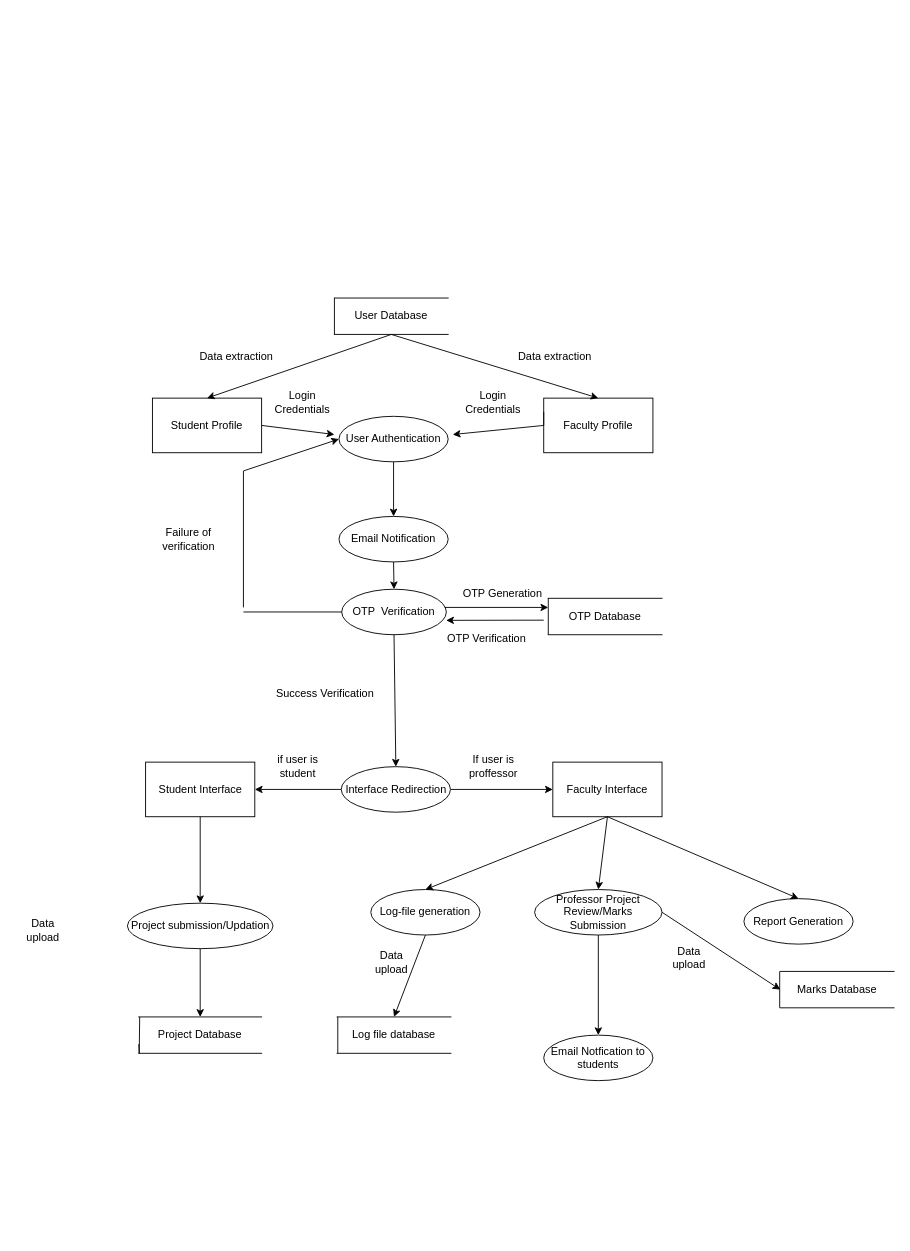
The draw.io diagram Untitled Diagram.drawio in bharathn97/News-App-React-JS-News-API, before the edit. Source tidied: cells renumbered, new cells numbered last; positions are measured from the earlier drawing's top-left corner, leaving out a move shared by most shapes. Both pictures are drawn from the tidied source at 91%, with x=0, y=0 at pixel (15, 298).
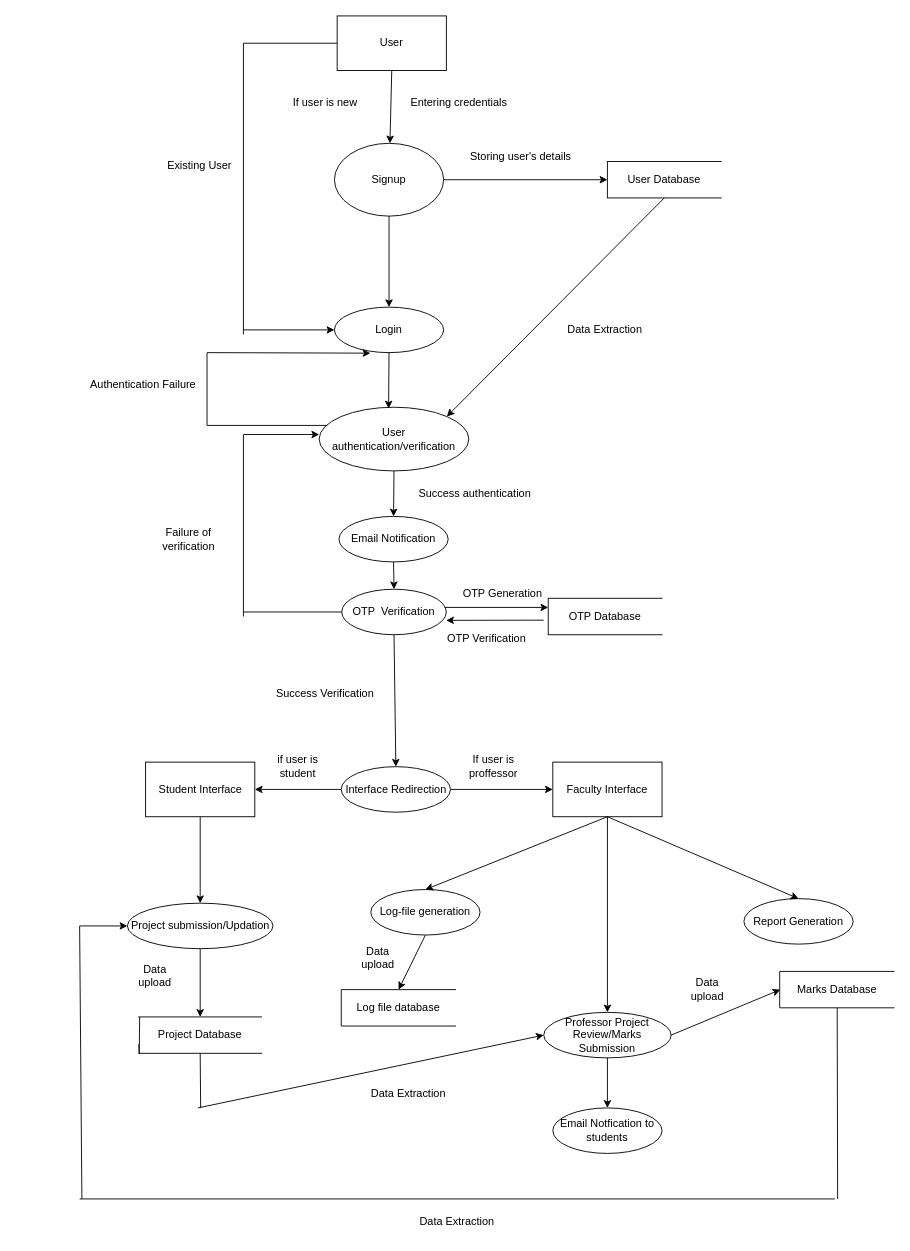
After the change.

The change refers to these unchanged cells:
```xml
<mxCell id="15" value="Project submission/Updation" style="ellipse;whiteSpace=wrap;html=1;" parent="1" vertex="1">
  <mxGeometry x="122.5" y="665" width="160" height="50" as="geometry" />
</mxCell>
<mxCell id="29" value="Project Database" style="shape=partialRectangle;whiteSpace=wrap;html=1;left=0;right=0;fillColor=none;" parent="1" vertex="1">
  <mxGeometry x="135" y="790" width="135" height="40" as="geometry" />
</mxCell>
<mxCell id="31" value="Marks Database" style="shape=partialRectangle;whiteSpace=wrap;html=1;left=0;right=0;fillColor=none;" parent="1" vertex="1">
  <mxGeometry x="840" y="740" width="125" height="40" as="geometry" />
</mxCell>
```

Diff of the diagram source:
```diff
@@
-    <mxCell id="3" value="Student Profile" style="rounded=0;whiteSpace=wrap;html=1;" parent="1" vertex="1">
-      <mxGeometry x="150" y="110" width="120" height="60" as="geometry" />
-    </mxCell>
-    <mxCell id="4" value="Faculty Profile" style="rounded=0;whiteSpace=wrap;html=1;" parent="1" vertex="1">
-      <mxGeometry x="580" y="110" width="120" height="60" as="geometry" />
-    </mxCell>
-    <mxCell id="5" style="endArrow=classic;html=1;rounded=0;exitX=1;exitY=0.5;exitDx=0;exitDy=0;" parent="1" edge="1" source="3">
-      <mxGeometry relative="1" as="geometry">
-        <mxPoint x="350" y="150" as="targetPoint" />
-      </mxGeometry>
-    </mxCell>
-    <mxCell id="6" style="endArrow=classic;html=1;rounded=0;exitX=0;exitY=0.25;exitDx=0;exitDy=0;" parent="1" edge="1" source="4">
-      <mxGeometry relative="1" as="geometry">
-        <mxPoint x="480" y="150" as="targetPoint" />
-        <Array as="points">
-          <mxPoint x="580" y="140" />
-        </Array>
-      </mxGeometry>
-    </mxCell>
-    <mxCell id="7" value="User Authentication" style="ellipse;whiteSpace=wrap;html=1;" parent="1" vertex="1">
-      <mxGeometry x="355" y="130" width="120" height="50" as="geometry" />
+    <mxCell id="7" value="User authentication/verification" style="ellipse;whiteSpace=wrap;html=1;" parent="1" vertex="1">
+      <mxGeometry x="333.2" y="120" width="164.5" height="70" as="geometry" />
     </mxCell>
@@
     <mxCell id="18" value="Professor Project Review/Marks Submission" style="ellipse;whiteSpace=wrap;html=1;" parent="1" vertex="1">
-      <mxGeometry x="570" y="650" width="140" height="50" as="geometry" />
+      <mxGeometry x="580" y="785" width="140" height="50" as="geometry" />
     </mxCell>
@@
     <mxCell id="24" value="Email Notfication to students" style="ellipse;whiteSpace=wrap;html=1;" parent="1" vertex="1">
-      <mxGeometry x="580" y="810" width="120" height="50" as="geometry" />
+      <mxGeometry x="590" y="890" width="120" height="50" as="geometry" />
     </mxCell>
@@
     <mxCell id="27" value="User Database" style="shape=partialRectangle;whiteSpace=wrap;html=1;left=0;right=0;fillColor=none;" parent="1" vertex="1">
-      <mxGeometry x="350" width="125" height="40" as="geometry" />
+      <mxGeometry x="650" y="-150" width="125" height="40" as="geometry" />
     </mxCell>
-    <mxCell id="28" style="endArrow=none;html=1;rounded=0;" parent="1" edge="1">
-      <mxGeometry relative="1" as="geometry">
-        <mxPoint x="350" y="40" as="sourcePoint" />
-        <mxPoint x="350" as="targetPoint" />
-      </mxGeometry>
-    </mxCell>
@@
-    <mxCell id="35" style="endArrow=classic;html=1;rounded=0;entryX=0.5;entryY=0;entryDx=0;entryDy=0;exitX=0.5;exitY=1;exitDx=0;exitDy=0;" parent="1" edge="1" source="27" target="3">
-      <mxGeometry relative="1" as="geometry" />
-    </mxCell>
-    <mxCell id="36" style="endArrow=classic;html=1;rounded=0;entryX=0.5;entryY=0;entryDx=0;entryDy=0;exitX=0.5;exitY=1;exitDx=0;exitDy=0;" parent="1" edge="1" source="27" target="4">
-      <mxGeometry relative="1" as="geometry" />
-    </mxCell>
@@
     <mxCell id="43" value="Log file database" style="shape=partialRectangle;whiteSpace=wrap;html=1;left=0;right=0;fillColor=none;" parent="1" vertex="1">
-      <mxGeometry x="353" y="790" width="125" height="40" as="geometry" />
+      <mxGeometry x="358" y="760" width="125" height="40" as="geometry" />
     </mxCell>
     <mxCell id="44" style="endArrow=none;html=1;rounded=0;" parent="1" edge="1">
       <mxGeometry relative="1" as="geometry">
-        <mxPoint x="353.7" y="830" as="sourcePoint" />
-        <mxPoint x="353.7" y="790" as="targetPoint" />
+        <mxPoint x="357.5" y="800" as="sourcePoint" />
+        <mxPoint x="357.5" y="760" as="targetPoint" />
       </mxGeometry>
     </mxCell>
@@
-    <mxCell id="46" value="Data extraction" style="text;html=1;align=center;verticalAlign=middle;whiteSpace=wrap;rounded=0;" parent="1" vertex="1">
-      <mxGeometry x="200" y="50" width="85" height="30" as="geometry" />
-    </mxCell>
-    <mxCell id="47" value="Data extraction" style="text;html=1;align=center;verticalAlign=middle;whiteSpace=wrap;rounded=0;" parent="1" vertex="1">
-      <mxGeometry x="550" y="50" width="85" height="30" as="geometry" />
-    </mxCell>
     <mxCell id="48" value="Data upload" style="text;html=1;align=center;verticalAlign=middle;whiteSpace=wrap;rounded=0;" parent="1" vertex="1">
-      <mxGeometry y="680" width="60" height="30" as="geometry" />
+      <mxGeometry x="122.5" y="730" width="60" height="30" as="geometry" />
     </mxCell>
     <mxCell id="49" value="Data upload" style="text;html=1;align=center;verticalAlign=middle;whiteSpace=wrap;rounded=0;" parent="1" vertex="1">
-      <mxGeometry x="382.5" y="715" width="60" height="30" as="geometry" />
+      <mxGeometry x="367.5" y="710" width="60" height="30" as="geometry" />
     </mxCell>
     <mxCell id="50" value="Data upload" style="text;html=1;align=center;verticalAlign=middle;whiteSpace=wrap;rounded=0;" parent="1" vertex="1">
-      <mxGeometry x="710" y="710" width="60" height="30" as="geometry" />
+      <mxGeometry x="730" y="745" width="60" height="30" as="geometry" />
     </mxCell>
-    <mxCell id="51" value="Login Credentials" style="text;html=1;align=center;verticalAlign=middle;whiteSpace=wrap;rounded=0;" parent="1" vertex="1">
-      <mxGeometry x="477.5" y="100" width="92.5" height="30" as="geometry" />
-    </mxCell>
-    <mxCell id="52" value="Login Credentials" style="text;html=1;align=center;verticalAlign=middle;whiteSpace=wrap;rounded=0;" parent="1" vertex="1">
-      <mxGeometry x="280" y="100" width="70" height="30" as="geometry" />
-    </mxCell>
@@
-    <mxCell id="55" style="endArrow=classic;html=1;rounded=0;entryX=0;entryY=0.5;entryDx=0;entryDy=0;" parent="1" edge="1" target="7">
-      <mxGeometry relative="1" as="geometry">
-        <mxPoint x="250" y="190" as="sourcePoint" />
-      </mxGeometry>
-    </mxCell>
@@
     <mxCell id="58" style="endArrow=none;html=1;rounded=0;" parent="1" edge="1">
       <mxGeometry relative="1" as="geometry">
-        <mxPoint x="250" y="340" as="sourcePoint" />
-        <mxPoint x="250" y="190" as="targetPoint" />
+        <mxPoint x="250" y="350" as="sourcePoint" />
+        <mxPoint x="250" y="150" as="targetPoint" />
       </mxGeometry>
     </mxCell>
@@
+    <mxCell id="60" value="Login" style="ellipse;whiteSpace=wrap;html=1;" parent="1" vertex="1">
+      <mxGeometry x="350" y="10" width="120" height="50" as="geometry" />
+    </mxCell>
+    <mxCell id="61" style="endArrow=classic;html=1;rounded=0;exitX=0.5;exitY=1;exitDx=0;exitDy=0;entryX=0.464;entryY=0.02;entryDx=0;entryDy=0;entryPerimeter=0;" parent="1" edge="1" source="60" target="7">
+      <mxGeometry relative="1" as="geometry" />
+    </mxCell>
+    <mxCell id="62" style="endArrow=none;html=1;rounded=0;exitX=0;exitY=1;exitDx=0;exitDy=0;entryX=0;entryY=0;entryDx=0;entryDy=0;" parent="1" edge="1" source="27" target="27">
+      <mxGeometry relative="1" as="geometry" />
+    </mxCell>
+    <mxCell id="63" style="endArrow=classic;html=1;rounded=0;entryX=0.085;entryY=0.283;entryDx=0;entryDy=0;entryPerimeter=0;" parent="1" edge="1">
+      <mxGeometry relative="1" as="geometry">
+        <mxPoint x="250" y="150" as="sourcePoint" />
+        <mxPoint x="333.3" y="150" as="targetPoint" />
+      </mxGeometry>
+    </mxCell>
+    <mxCell id="64" style="endArrow=none;html=1;rounded=0;exitX=1;exitY=0.5;exitDx=0;exitDy=0;" parent="1" edge="1">
+      <mxGeometry relative="1" as="geometry">
+        <mxPoint x="210" y="140" as="sourcePoint" />
+        <mxPoint x="342.2" y="140" as="targetPoint" />
+      </mxGeometry>
+    </mxCell>
+    <mxCell id="65" value="Success authentication" style="text;html=1;align=center;verticalAlign=middle;whiteSpace=wrap;rounded=0;" parent="1" vertex="1">
+      <mxGeometry x="427.5" y="200" width="152.5" height="30" as="geometry" />
+    </mxCell>
+    <mxCell id="66" value="Signup" style="ellipse;whiteSpace=wrap;html=1;" parent="1" vertex="1">
+      <mxGeometry x="350" y="-170" width="120" height="80" as="geometry" />
+    </mxCell>
+    <mxCell id="67" style="endArrow=classic;html=1;rounded=0;exitX=0.5;exitY=1;exitDx=0;exitDy=0;entryX=0.5;entryY=0;entryDx=0;entryDy=0;" parent="1" edge="1" source="66" target="60">
+      <mxGeometry relative="1" as="geometry" />
+    </mxCell>
+    <mxCell id="68" value="User" style="rounded=0;whiteSpace=wrap;html=1;" parent="1" vertex="1">
+      <mxGeometry x="353" y="-310" width="120" height="60" as="geometry" />
+    </mxCell>
+    <mxCell id="69" style="endArrow=classic;html=1;rounded=0;exitX=0.5;exitY=1;exitDx=0;exitDy=0;" parent="1" edge="1" source="68" target="66">
+      <mxGeometry relative="1" as="geometry" />
+    </mxCell>
+    <mxCell id="70" value="Entering credentials" style="text;html=1;align=center;verticalAlign=middle;whiteSpace=wrap;rounded=0;" parent="1" vertex="1">
+      <mxGeometry x="427.5" y="-230" width="117.5" height="30" as="geometry" />
+    </mxCell>
+    <mxCell id="71" value="If user is new" style="text;html=1;align=center;verticalAlign=middle;whiteSpace=wrap;rounded=0;" parent="1" vertex="1">
+      <mxGeometry x="290" y="-230" width="100" height="30" as="geometry" />
+    </mxCell>
+    <mxCell id="72" style="endArrow=classic;html=1;rounded=0;exitX=1;exitY=0.5;exitDx=0;exitDy=0;" parent="1" edge="1" source="66">
+      <mxGeometry relative="1" as="geometry">
+        <mxPoint x="650" y="-130" as="targetPoint" />
+      </mxGeometry>
+    </mxCell>
+    <mxCell id="73" value="Storing user's details" style="text;html=1;align=center;verticalAlign=middle;whiteSpace=wrap;rounded=0;" parent="1" vertex="1">
+      <mxGeometry x="490" y="-170" width="130" height="30" as="geometry" />
+    </mxCell>
+    <mxCell id="74" style="endArrow=none;html=1;rounded=0;entryX=0;entryY=0.5;entryDx=0;entryDy=0;" parent="1" edge="1" target="68">
+      <mxGeometry relative="1" as="geometry">
+        <mxPoint x="250" y="-280" as="sourcePoint" />
+      </mxGeometry>
+    </mxCell>
+    <mxCell id="75" style="endArrow=none;html=1;rounded=0;" parent="1" edge="1">
+      <mxGeometry relative="1" as="geometry">
+        <mxPoint x="250" y="40" as="sourcePoint" />
+        <mxPoint x="250" y="-280" as="targetPoint" />
+      </mxGeometry>
+    </mxCell>
+    <mxCell id="76" style="endArrow=classic;html=1;rounded=0;" parent="1" edge="1" target="60">
+      <mxGeometry relative="1" as="geometry">
+        <mxPoint x="250" y="35" as="sourcePoint" />
+      </mxGeometry>
+    </mxCell>
+    <mxCell id="77" value="Existing User" style="text;html=1;align=center;verticalAlign=middle;whiteSpace=wrap;rounded=0;" parent="1" vertex="1">
+      <mxGeometry x="162.5" y="-160" width="77.5" height="30" as="geometry" />
+    </mxCell>
+    <mxCell id="78" style="endArrow=classic;html=1;rounded=0;entryX=1;entryY=0;entryDx=0;entryDy=0;exitX=0.5;exitY=1;exitDx=0;exitDy=0;" parent="1" edge="1" source="27" target="7">
+      <mxGeometry relative="1" as="geometry" />
+    </mxCell>
+    <mxCell id="79" value="Data Extraction" style="text;html=1;align=center;verticalAlign=middle;whiteSpace=wrap;rounded=0;" parent="1" vertex="1">
+      <mxGeometry x="595" y="20" width="105" height="30" as="geometry" />
+    </mxCell>
+    <mxCell id="80" style="endArrow=none;html=1;rounded=0;" parent="1" edge="1">
+      <mxGeometry relative="1" as="geometry">
+        <mxPoint x="210" y="140" as="sourcePoint" />
+        <mxPoint x="210" y="60" as="targetPoint" />
+      </mxGeometry>
+    </mxCell>
+    <mxCell id="81" style="endArrow=classic;html=1;rounded=0;entryX=0.33;entryY=1.012;entryDx=0;entryDy=0;entryPerimeter=0;" parent="1" edge="1" target="60">
+      <mxGeometry relative="1" as="geometry">
+        <mxPoint x="210" y="60" as="sourcePoint" />
+      </mxGeometry>
+    </mxCell>
+    <mxCell id="82" value="Authentication Failure" style="text;html=1;align=center;verticalAlign=middle;whiteSpace=wrap;rounded=0;" parent="1" vertex="1">
+      <mxGeometry x="80" y="80" width="120" height="30" as="geometry" />
+    </mxCell>
+    <mxCell id="83" style="endArrow=classic;html=1;rounded=0;entryX=0;entryY=0.5;entryDx=0;entryDy=0;" parent="1" edge="1" target="18">
+      <mxGeometry relative="1" as="geometry">
+        <mxPoint x="200" y="890" as="sourcePoint" />
+      </mxGeometry>
+    </mxCell>
+    <mxCell id="84" style="endArrow=none;html=1;rounded=0;entryX=0.5;entryY=1;entryDx=0;entryDy=0;" parent="1" edge="1" target="29">
+      <mxGeometry relative="1" as="geometry">
+        <mxPoint x="203" y="890" as="sourcePoint" />
+      </mxGeometry>
+    </mxCell>
+    <mxCell id="85" value="Data Extraction" style="text;html=1;align=center;verticalAlign=middle;whiteSpace=wrap;rounded=0;" parent="1" vertex="1">
+      <mxGeometry x="355" y="860" width="152.5" height="30" as="geometry" />
+    </mxCell>
+    <mxCell id="86" style="endArrow=none;html=1;rounded=0;entryX=0.5;entryY=1;entryDx=0;entryDy=0;" parent="1" edge="1" target="31">
+      <mxGeometry relative="1" as="geometry">
+        <mxPoint x="903" y="990" as="sourcePoint" />
+      </mxGeometry>
+    </mxCell>
+    <mxCell id="87" style="endArrow=none;html=1;rounded=0;" parent="1" edge="1">
+      <mxGeometry relative="1" as="geometry">
+        <mxPoint x="70" y="990" as="sourcePoint" />
+        <mxPoint x="900" y="990" as="targetPoint" />
+      </mxGeometry>
+    </mxCell>
+    <mxCell id="88" style="endArrow=none;html=1;rounded=0;" parent="1" edge="1">
+      <mxGeometry relative="1" as="geometry">
+        <mxPoint x="72.5" y="990" as="sourcePoint" />
+        <mxPoint x="70" y="690" as="targetPoint" />
+      </mxGeometry>
+    </mxCell>
+    <mxCell id="89" style="endArrow=classic;html=1;rounded=0;entryX=0;entryY=0.5;entryDx=0;entryDy=0;" parent="1" edge="1" target="15">
+      <mxGeometry relative="1" as="geometry">
+        <mxPoint x="70" y="690" as="sourcePoint" />
+      </mxGeometry>
+    </mxCell>
+    <mxCell id="90" value="Data Extraction" style="text;html=1;align=center;verticalAlign=middle;whiteSpace=wrap;rounded=0;" parent="1" vertex="1">
+      <mxGeometry x="420" y="1000" width="130" height="30" as="geometry" />
+    </mxCell>
```
